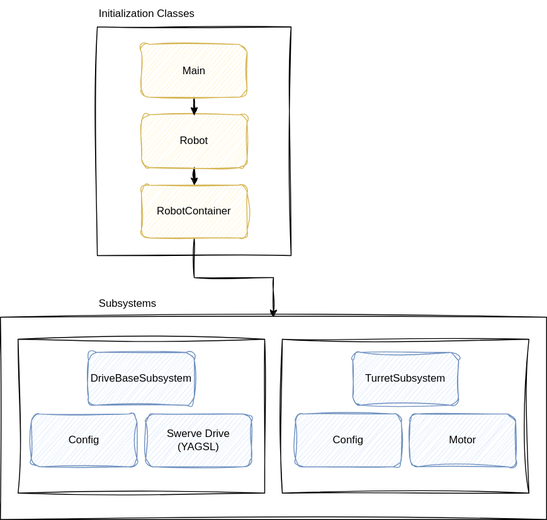
mrtidy/2026-frc-rebuilt keeps this draw.io diagram as 7160-frc-rebuilt.drawio.svg. Above is the earlier version. Source tidied: cells renumbered, new cells last; positions are measured from the earlier drawing's top-left corner, leaving out a move shared by most shapes. Its diagram source:
```xml
<mxGraphModel>
  <root>
    <mxCell id="0" />
    <mxCell id="1" parent="0" />
    <mxCell id="2" style="rounded=0;whiteSpace=wrap;html=1;sketch=1;curveFitting=1;jiggle=2;" parent="1" vertex="1">
      <mxGeometry y="360" width="620" height="230" as="geometry" />
    </mxCell>
    <mxCell id="3" style="rounded=0;whiteSpace=wrap;html=1;sketch=1;curveFitting=1;jiggle=2;" parent="1" vertex="1">
      <mxGeometry x="20" y="385" width="280" height="175" as="geometry" />
    </mxCell>
    <mxCell id="4" style="rounded=0;whiteSpace=wrap;html=1;sketch=1;curveFitting=1;jiggle=2;" parent="1" vertex="1">
      <mxGeometry x="110" y="30" width="220" height="260" as="geometry" />
    </mxCell>
    <mxCell id="5" style="edgeStyle=orthogonalEdgeStyle;rounded=0;jettySize=auto;html=1;sketch=1;curveFitting=1;jiggle=2;" parent="1" edge="1" source="6" target="10">
      <mxGeometry relative="1" as="geometry" />
    </mxCell>
    <mxCell id="6" value="Robot" style="rounded=1;whiteSpace=wrap;html=1;fillColor=#fff2cc;strokeColor=#d6b656;sketch=1;curveFitting=1;jiggle=2;" parent="1" vertex="1">
      <mxGeometry x="160" y="130" width="120" height="60" as="geometry" />
    </mxCell>
    <mxCell id="7" style="edgeStyle=orthogonalEdgeStyle;rounded=0;jettySize=auto;html=1;entryX=0.5;entryY=0;entryDx=0;entryDy=0;sketch=1;curveFitting=1;jiggle=2;" parent="1" edge="1" source="8" target="6">
      <mxGeometry relative="1" as="geometry" />
    </mxCell>
    <mxCell id="8" value="Main" style="rounded=1;whiteSpace=wrap;html=1;fillColor=#fff2cc;strokeColor=#d6b656;sketch=1;curveFitting=1;jiggle=2;" parent="1" vertex="1">
      <mxGeometry x="160" y="50" width="120" height="60" as="geometry" />
    </mxCell>
    <mxCell id="9" style="edgeStyle=orthogonalEdgeStyle;rounded=0;jettySize=auto;html=1;entryX=0.5;entryY=0;entryDx=0;entryDy=0;sketch=1;curveFitting=1;jiggle=2;" parent="1" edge="1" source="10" target="2">
      <mxGeometry relative="1" as="geometry" />
    </mxCell>
    <mxCell id="10" value="RobotContainer" style="rounded=1;whiteSpace=wrap;html=1;fillColor=#fff2cc;strokeColor=#d6b656;sketch=1;curveFitting=1;jiggle=2;" parent="1" vertex="1">
      <mxGeometry x="160" y="210" width="120" height="60" as="geometry" />
    </mxCell>
    <mxCell id="11" value="Initialization Classes" style="text;html=1;whiteSpace=wrap;strokeColor=none;fillColor=none;align=left;verticalAlign=middle;rounded=0;sketch=1;curveFitting=1;jiggle=2;" parent="1" vertex="1">
      <mxGeometry x="110" width="130" height="30" as="geometry" />
    </mxCell>
    <mxCell id="12" value="Subsystems" style="text;html=1;whiteSpace=wrap;strokeColor=none;fillColor=none;align=left;verticalAlign=middle;rounded=0;sketch=1;curveFitting=1;jiggle=2;" parent="1" vertex="1">
      <mxGeometry x="110" y="330" width="90" height="30" as="geometry" />
    </mxCell>
    <mxCell id="13" value="DriveBaseSubsystem" style="rounded=1;whiteSpace=wrap;html=1;fillColor=#dae8fc;strokeColor=#6c8ebf;sketch=1;curveFitting=1;jiggle=2;" parent="1" vertex="1">
      <mxGeometry x="100" y="400" width="120" height="60" as="geometry" />
    </mxCell>
    <mxCell id="14" value="Config" style="rounded=1;whiteSpace=wrap;html=1;fillColor=#dae8fc;strokeColor=#6c8ebf;sketch=1;curveFitting=1;jiggle=2;" parent="1" vertex="1">
      <mxGeometry x="35" y="470" width="120" height="60" as="geometry" />
    </mxCell>
    <mxCell id="15" value="Swerve Drive (YAGSL)" style="rounded=1;whiteSpace=wrap;html=1;fillColor=#dae8fc;strokeColor=#6c8ebf;sketch=1;curveFitting=1;jiggle=2;" parent="1" vertex="1">
      <mxGeometry x="165" y="470" width="120" height="60" as="geometry" />
    </mxCell>
    <mxCell id="16" style="rounded=0;whiteSpace=wrap;html=1;sketch=1;curveFitting=1;jiggle=2;" parent="1" vertex="1">
      <mxGeometry x="320" y="385" width="280" height="175" as="geometry" />
    </mxCell>
    <mxCell id="17" value="TurretSubsystem" style="rounded=1;whiteSpace=wrap;html=1;fillColor=#dae8fc;strokeColor=#6c8ebf;sketch=1;curveFitting=1;jiggle=2;" parent="1" vertex="1">
      <mxGeometry x="400" y="400" width="120" height="60" as="geometry" />
    </mxCell>
    <mxCell id="18" value="Config" style="rounded=1;whiteSpace=wrap;html=1;fillColor=#dae8fc;strokeColor=#6c8ebf;sketch=1;curveFitting=1;jiggle=2;" parent="1" vertex="1">
      <mxGeometry x="335" y="470" width="120" height="60" as="geometry" />
    </mxCell>
    <mxCell id="19" value="Motor" style="rounded=1;whiteSpace=wrap;html=1;fillColor=#dae8fc;strokeColor=#6c8ebf;sketch=1;curveFitting=1;jiggle=2;" parent="1" vertex="1">
      <mxGeometry x="465" y="470" width="120" height="60" as="geometry" />
    </mxCell>
  </root>
</mxGraphModel>
```
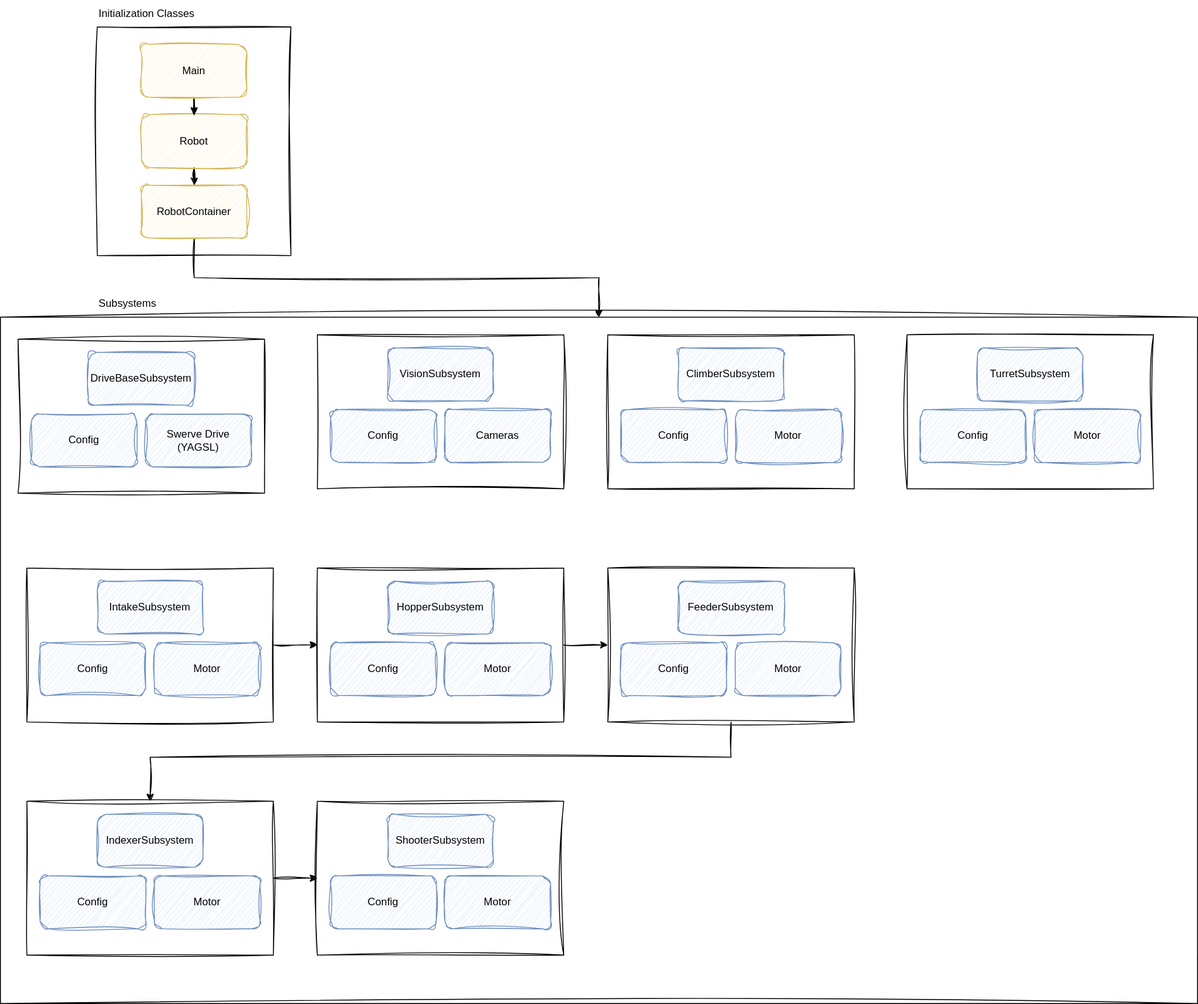
The same file after the commit.

Diff of the diagram source:
```diff
@@ -3,11 +3,8 @@
     <mxCell id="0" />
     <mxCell id="1" parent="0" />
     <mxCell id="2" style="rounded=0;whiteSpace=wrap;html=1;sketch=1;curveFitting=1;jiggle=2;" parent="1" vertex="1">
-      <mxGeometry y="360" width="620" height="230" as="geometry" />
+      <mxGeometry y="360" width="1360" height="780" as="geometry" />
     </mxCell>
-    <mxCell id="3" style="rounded=0;whiteSpace=wrap;html=1;sketch=1;curveFitting=1;jiggle=2;" parent="1" vertex="1">
-      <mxGeometry x="20" y="385" width="280" height="175" as="geometry" />
-    </mxCell>
     <mxCell id="4" style="rounded=0;whiteSpace=wrap;html=1;sketch=1;curveFitting=1;jiggle=2;" parent="1" vertex="1">
       <mxGeometry x="110" y="30" width="220" height="260" as="geometry" />
     </mxCell>
@@ -35,26 +32,157 @@
     <mxCell id="12" value="Subsystems" style="text;html=1;whiteSpace=wrap;strokeColor=none;fillColor=none;align=left;verticalAlign=middle;rounded=0;sketch=1;curveFitting=1;jiggle=2;" parent="1" vertex="1">
       <mxGeometry x="110" y="330" width="90" height="30" as="geometry" />
     </mxCell>
+    <mxCell id="20" style="group;" parent="1" vertex="1">
+      <mxGeometry x="20" y="385" width="280" height="175" as="geometry" />
+    </mxCell>
+    <mxCell id="3" style="rounded=0;whiteSpace=wrap;html=1;sketch=1;curveFitting=1;jiggle=2;" parent="20" vertex="1">
+      <mxGeometry width="280" height="175" as="geometry" />
+    </mxCell>
-    <mxCell id="13" value="DriveBaseSubsystem" style="rounded=1;whiteSpace=wrap;html=1;fillColor=#dae8fc;strokeColor=#6c8ebf;sketch=1;curveFitting=1;jiggle=2;" parent="1" vertex="1">
-      <mxGeometry x="100" y="400" width="120" height="60" as="geometry" />
+    <mxCell id="13" value="DriveBaseSubsystem" style="rounded=1;whiteSpace=wrap;html=1;fillColor=#dae8fc;strokeColor=#6c8ebf;sketch=1;curveFitting=1;jiggle=2;" parent="20" vertex="1">
+      <mxGeometry x="80" y="15" width="120" height="60" as="geometry" />
     </mxCell>
-    <mxCell id="14" value="Config" style="rounded=1;whiteSpace=wrap;html=1;fillColor=#dae8fc;strokeColor=#6c8ebf;sketch=1;curveFitting=1;jiggle=2;" parent="1" vertex="1">
-      <mxGeometry x="35" y="470" width="120" height="60" as="geometry" />
+    <mxCell id="14" value="Config" style="rounded=1;whiteSpace=wrap;html=1;fillColor=#dae8fc;strokeColor=#6c8ebf;sketch=1;curveFitting=1;jiggle=2;" parent="20" vertex="1">
+      <mxGeometry x="15" y="85" width="120" height="60" as="geometry" />
     </mxCell>
-    <mxCell id="15" value="Swerve Drive (YAGSL)" style="rounded=1;whiteSpace=wrap;html=1;fillColor=#dae8fc;strokeColor=#6c8ebf;sketch=1;curveFitting=1;jiggle=2;" parent="1" vertex="1">
-      <mxGeometry x="165" y="470" width="120" height="60" as="geometry" />
+    <mxCell id="15" value="Swerve Drive (YAGSL)" style="rounded=1;whiteSpace=wrap;html=1;fillColor=#dae8fc;strokeColor=#6c8ebf;sketch=1;curveFitting=1;jiggle=2;" parent="20" vertex="1">
+      <mxGeometry x="145" y="85" width="120" height="60" as="geometry" />
     </mxCell>
+    <mxCell id="21" style="group;" parent="1" vertex="1">
+      <mxGeometry x="360" y="910" width="280" height="175" as="geometry" />
+    </mxCell>
-    <mxCell id="16" style="rounded=0;whiteSpace=wrap;html=1;sketch=1;curveFitting=1;jiggle=2;" parent="1" vertex="1">
-      <mxGeometry x="320" y="385" width="280" height="175" as="geometry" />
+    <mxCell id="16" style="rounded=0;whiteSpace=wrap;html=1;sketch=1;curveFitting=1;jiggle=2;" parent="21" vertex="1">
+      <mxGeometry width="280" height="175" as="geometry" />
     </mxCell>
-    <mxCell id="17" value="TurretSubsystem" style="rounded=1;whiteSpace=wrap;html=1;fillColor=#dae8fc;strokeColor=#6c8ebf;sketch=1;curveFitting=1;jiggle=2;" parent="1" vertex="1">
-      <mxGeometry x="400" y="400" width="120" height="60" as="geometry" />
+    <mxCell id="17" value="ShooterSubsystem" style="rounded=1;whiteSpace=wrap;html=1;fillColor=#dae8fc;strokeColor=#6c8ebf;sketch=1;curveFitting=1;jiggle=2;" parent="21" vertex="1">
+      <mxGeometry x="80" y="15" width="120" height="60" as="geometry" />
     </mxCell>
-    <mxCell id="18" value="Config" style="rounded=1;whiteSpace=wrap;html=1;fillColor=#dae8fc;strokeColor=#6c8ebf;sketch=1;curveFitting=1;jiggle=2;" parent="1" vertex="1">
-      <mxGeometry x="335" y="470" width="120" height="60" as="geometry" />
+    <mxCell id="18" value="Config" style="rounded=1;whiteSpace=wrap;html=1;fillColor=#dae8fc;strokeColor=#6c8ebf;sketch=1;curveFitting=1;jiggle=2;" parent="21" vertex="1">
+      <mxGeometry x="15" y="85" width="120" height="60" as="geometry" />
     </mxCell>
-    <mxCell id="19" value="Motor" style="rounded=1;whiteSpace=wrap;html=1;fillColor=#dae8fc;strokeColor=#6c8ebf;sketch=1;curveFitting=1;jiggle=2;" parent="1" vertex="1">
-      <mxGeometry x="465" y="470" width="120" height="60" as="geometry" />
+    <mxCell id="19" value="Motor" style="rounded=1;whiteSpace=wrap;html=1;fillColor=#dae8fc;strokeColor=#6c8ebf;sketch=1;curveFitting=1;jiggle=2;" parent="21" vertex="1">
+      <mxGeometry x="145" y="85" width="120" height="60" as="geometry" />
     </mxCell>
+    <mxCell id="22" style="group;" parent="1" vertex="1">
+      <mxGeometry x="1030" y="380" width="280" height="175" as="geometry" />
+    </mxCell>
+    <mxCell id="23" style="rounded=0;whiteSpace=wrap;html=1;sketch=1;curveFitting=1;jiggle=2;" parent="22" vertex="1">
+      <mxGeometry width="280" height="175" as="geometry" />
+    </mxCell>
+    <mxCell id="24" value="TurretSubsystem" style="rounded=1;whiteSpace=wrap;html=1;fillColor=#dae8fc;strokeColor=#6c8ebf;sketch=1;curveFitting=1;jiggle=2;" parent="22" vertex="1">
+      <mxGeometry x="80" y="15" width="120" height="60" as="geometry" />
+    </mxCell>
+    <mxCell id="25" value="Config" style="rounded=1;whiteSpace=wrap;html=1;fillColor=#dae8fc;strokeColor=#6c8ebf;sketch=1;curveFitting=1;jiggle=2;" parent="22" vertex="1">
+      <mxGeometry x="15" y="85" width="120" height="60" as="geometry" />
+    </mxCell>
+    <mxCell id="26" value="Motor" style="rounded=1;whiteSpace=wrap;html=1;fillColor=#dae8fc;strokeColor=#6c8ebf;sketch=1;curveFitting=1;jiggle=2;" parent="22" vertex="1">
+      <mxGeometry x="145" y="85" width="120" height="60" as="geometry" />
+    </mxCell>
+    <mxCell id="27" style="group;" parent="1" vertex="1">
+      <mxGeometry x="30" y="645" width="280" height="175" as="geometry" />
+    </mxCell>
+    <mxCell id="28" style="rounded=0;whiteSpace=wrap;html=1;sketch=1;curveFitting=1;jiggle=2;" parent="27" vertex="1">
+      <mxGeometry width="280" height="175" as="geometry" />
+    </mxCell>
+    <mxCell id="29" value="IntakeSubsystem" style="rounded=1;whiteSpace=wrap;html=1;fillColor=#dae8fc;strokeColor=#6c8ebf;sketch=1;curveFitting=1;jiggle=2;" parent="27" vertex="1">
+      <mxGeometry x="80" y="15" width="120" height="60" as="geometry" />
+    </mxCell>
+    <mxCell id="30" value="Config" style="rounded=1;whiteSpace=wrap;html=1;fillColor=#dae8fc;strokeColor=#6c8ebf;sketch=1;curveFitting=1;jiggle=2;" parent="27" vertex="1">
+      <mxGeometry x="15" y="85" width="120" height="60" as="geometry" />
+    </mxCell>
+    <mxCell id="31" value="Motor" style="rounded=1;whiteSpace=wrap;html=1;fillColor=#dae8fc;strokeColor=#6c8ebf;sketch=1;curveFitting=1;jiggle=2;" parent="27" vertex="1">
+      <mxGeometry x="145" y="85" width="120" height="60" as="geometry" />
+    </mxCell>
+    <mxCell id="32" style="group;" parent="1" vertex="1">
+      <mxGeometry x="30" y="910" width="280" height="175" as="geometry" />
+    </mxCell>
+    <mxCell id="33" style="rounded=0;whiteSpace=wrap;html=1;sketch=1;curveFitting=1;jiggle=2;" parent="32" vertex="1">
+      <mxGeometry width="280" height="175" as="geometry" />
+    </mxCell>
+    <mxCell id="34" value="IndexerSubsystem" style="rounded=1;whiteSpace=wrap;html=1;fillColor=#dae8fc;strokeColor=#6c8ebf;sketch=1;curveFitting=1;jiggle=2;" parent="32" vertex="1">
+      <mxGeometry x="80" y="15" width="120" height="60" as="geometry" />
+    </mxCell>
+    <mxCell id="35" value="Config" style="rounded=1;whiteSpace=wrap;html=1;fillColor=#dae8fc;strokeColor=#6c8ebf;sketch=1;curveFitting=1;jiggle=2;" parent="32" vertex="1">
+      <mxGeometry x="15" y="85" width="120" height="60" as="geometry" />
+    </mxCell>
+    <mxCell id="36" value="Motor" style="rounded=1;whiteSpace=wrap;html=1;fillColor=#dae8fc;strokeColor=#6c8ebf;sketch=1;curveFitting=1;jiggle=2;" parent="32" vertex="1">
+      <mxGeometry x="145" y="85" width="120" height="60" as="geometry" />
+    </mxCell>
+    <mxCell id="37" style="group;" parent="1" vertex="1">
+      <mxGeometry x="690" y="645" width="280" height="175" as="geometry" />
+    </mxCell>
+    <mxCell id="38" style="rounded=0;whiteSpace=wrap;html=1;sketch=1;curveFitting=1;jiggle=2;" parent="37" vertex="1">
+      <mxGeometry width="280" height="175" as="geometry" />
+    </mxCell>
+    <mxCell id="39" value="FeederSubsystem" style="rounded=1;whiteSpace=wrap;html=1;fillColor=#dae8fc;strokeColor=#6c8ebf;sketch=1;curveFitting=1;jiggle=2;" parent="37" vertex="1">
+      <mxGeometry x="80" y="15" width="120" height="60" as="geometry" />
+    </mxCell>
+    <mxCell id="40" value="Config" style="rounded=1;whiteSpace=wrap;html=1;fillColor=#dae8fc;strokeColor=#6c8ebf;sketch=1;curveFitting=1;jiggle=2;" parent="37" vertex="1">
+      <mxGeometry x="15" y="85" width="120" height="60" as="geometry" />
+    </mxCell>
+    <mxCell id="41" value="Motor" style="rounded=1;whiteSpace=wrap;html=1;fillColor=#dae8fc;strokeColor=#6c8ebf;sketch=1;curveFitting=1;jiggle=2;" parent="37" vertex="1">
+      <mxGeometry x="145" y="85" width="120" height="60" as="geometry" />
+    </mxCell>
+    <mxCell id="42" style="group;" parent="1" vertex="1">
+      <mxGeometry x="690" y="380" width="280" height="175" as="geometry" />
+    </mxCell>
+    <mxCell id="43" style="rounded=0;whiteSpace=wrap;html=1;sketch=1;curveFitting=1;jiggle=2;" parent="42" vertex="1">
+      <mxGeometry width="280" height="175" as="geometry" />
+    </mxCell>
+    <mxCell id="44" value="ClimberSubsystem" style="rounded=1;whiteSpace=wrap;html=1;fillColor=#dae8fc;strokeColor=#6c8ebf;sketch=1;curveFitting=1;jiggle=2;" parent="42" vertex="1">
+      <mxGeometry x="80" y="15" width="120" height="60" as="geometry" />
+    </mxCell>
+    <mxCell id="45" value="Config" style="rounded=1;whiteSpace=wrap;html=1;fillColor=#dae8fc;strokeColor=#6c8ebf;sketch=1;curveFitting=1;jiggle=2;" parent="42" vertex="1">
+      <mxGeometry x="15" y="85" width="120" height="60" as="geometry" />
+    </mxCell>
+    <mxCell id="46" value="Motor" style="rounded=1;whiteSpace=wrap;html=1;fillColor=#dae8fc;strokeColor=#6c8ebf;sketch=1;curveFitting=1;jiggle=2;" parent="42" vertex="1">
+      <mxGeometry x="145" y="85" width="120" height="60" as="geometry" />
+    </mxCell>
+    <mxCell id="47" style="group;" parent="1" vertex="1">
+      <mxGeometry x="360" y="380" width="280" height="175" as="geometry" />
+    </mxCell>
+    <mxCell id="48" style="rounded=0;whiteSpace=wrap;html=1;sketch=1;curveFitting=1;jiggle=2;" parent="47" vertex="1">
+      <mxGeometry width="280" height="175" as="geometry" />
+    </mxCell>
+    <mxCell id="49" value="VisionSubsystem" style="rounded=1;whiteSpace=wrap;html=1;fillColor=#dae8fc;strokeColor=#6c8ebf;sketch=1;curveFitting=1;jiggle=2;" parent="47" vertex="1">
+      <mxGeometry x="80" y="15" width="120" height="60" as="geometry" />
+    </mxCell>
+    <mxCell id="50" value="Config" style="rounded=1;whiteSpace=wrap;html=1;fillColor=#dae8fc;strokeColor=#6c8ebf;sketch=1;curveFitting=1;jiggle=2;" parent="47" vertex="1">
+      <mxGeometry x="15" y="85" width="120" height="60" as="geometry" />
+    </mxCell>
+    <mxCell id="51" value="Cameras" style="rounded=1;whiteSpace=wrap;html=1;fillColor=#dae8fc;strokeColor=#6c8ebf;sketch=1;curveFitting=1;jiggle=2;" parent="47" vertex="1">
+      <mxGeometry x="145" y="85" width="120" height="60" as="geometry" />
+    </mxCell>
+    <mxCell id="52" style="group;" parent="1" vertex="1">
+      <mxGeometry x="360" y="645" width="280" height="175" as="geometry" />
+    </mxCell>
+    <mxCell id="53" style="rounded=0;whiteSpace=wrap;html=1;sketch=1;curveFitting=1;jiggle=2;" parent="52" vertex="1">
+      <mxGeometry width="280" height="175" as="geometry" />
+    </mxCell>
+    <mxCell id="54" value="HopperSubsystem" style="rounded=1;whiteSpace=wrap;html=1;fillColor=#dae8fc;strokeColor=#6c8ebf;sketch=1;curveFitting=1;jiggle=2;" parent="52" vertex="1">
+      <mxGeometry x="80" y="15" width="120" height="60" as="geometry" />
+    </mxCell>
+    <mxCell id="55" value="Config" style="rounded=1;whiteSpace=wrap;html=1;fillColor=#dae8fc;strokeColor=#6c8ebf;sketch=1;curveFitting=1;jiggle=2;" parent="52" vertex="1">
+      <mxGeometry x="15" y="85" width="120" height="60" as="geometry" />
+    </mxCell>
+    <mxCell id="56" value="Motor" style="rounded=1;whiteSpace=wrap;html=1;fillColor=#dae8fc;strokeColor=#6c8ebf;sketch=1;curveFitting=1;jiggle=2;" parent="52" vertex="1">
+      <mxGeometry x="145" y="85" width="120" height="60" as="geometry" />
+    </mxCell>
+    <mxCell id="57" style="edgeStyle=orthogonalEdgeStyle;rounded=0;sketch=1;hachureGap=4;jiggle=2;curveFitting=1;jettySize=auto;html=1;entryX=0;entryY=0.5;entryDx=0;entryDy=0;fontFamily=Architects Daughter;fontSource=https%3A%2F%2Ffonts.googleapis.com%2Fcss%3Ffamily%3DArchitects%2BDaughter;" parent="1" edge="1" source="28" target="53">
+      <mxGeometry relative="1" as="geometry" />
+    </mxCell>
+    <mxCell id="58" style="edgeStyle=orthogonalEdgeStyle;rounded=0;sketch=1;hachureGap=4;jiggle=2;curveFitting=1;jettySize=auto;html=1;entryX=0;entryY=0.5;entryDx=0;entryDy=0;fontFamily=Architects Daughter;fontSource=https%3A%2F%2Ffonts.googleapis.com%2Fcss%3Ffamily%3DArchitects%2BDaughter;" parent="1" edge="1" source="53" target="38">
+      <mxGeometry relative="1" as="geometry" />
+    </mxCell>
+    <mxCell id="59" style="edgeStyle=orthogonalEdgeStyle;rounded=0;sketch=1;hachureGap=4;jiggle=2;curveFitting=1;jettySize=auto;html=1;entryX=0.5;entryY=0;entryDx=0;entryDy=0;fontFamily=Architects Daughter;fontSource=https%3A%2F%2Ffonts.googleapis.com%2Fcss%3Ffamily%3DArchitects%2BDaughter;" parent="1" edge="1" source="38" target="33">
+      <mxGeometry relative="1" as="geometry">
+        <Array as="points">
+          <mxPoint x="830" y="860" />
+          <mxPoint x="170" y="860" />
+        </Array>
+      </mxGeometry>
+    </mxCell>
+    <mxCell id="60" style="edgeStyle=orthogonalEdgeStyle;rounded=0;sketch=1;hachureGap=4;jiggle=2;curveFitting=1;jettySize=auto;html=1;entryX=0;entryY=0.5;entryDx=0;entryDy=0;fontFamily=Architects Daughter;fontSource=https%3A%2F%2Ffonts.googleapis.com%2Fcss%3Ffamily%3DArchitects%2BDaughter;" parent="1" edge="1" source="33" target="16">
+      <mxGeometry relative="1" as="geometry" />
+    </mxCell>
   </root>
 </mxGraphModel>
```
